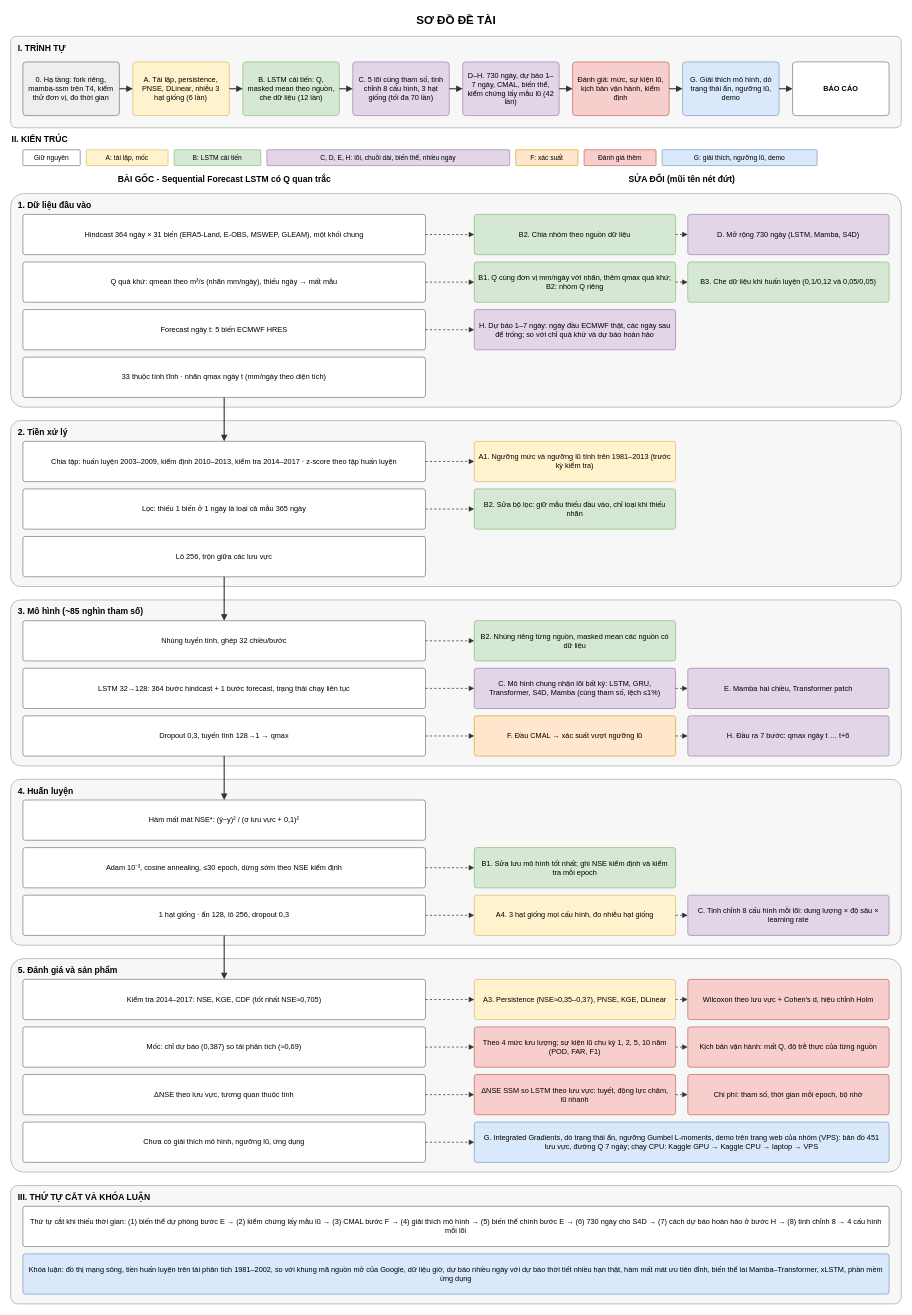
Above: Diagrams/ProjectDiagram.drawio in Ticasslo/TieuLuanChuyenNganh (draw.io), before the change. Source tidied: cells renumbered, new cells numbered last; positions are measured from the earlier drawing's top-left corner, leaving out a move shared by most shapes. Both pictures are drawn from the tidied source at 61%, with x=0, y=0 at pixel (10, 10).
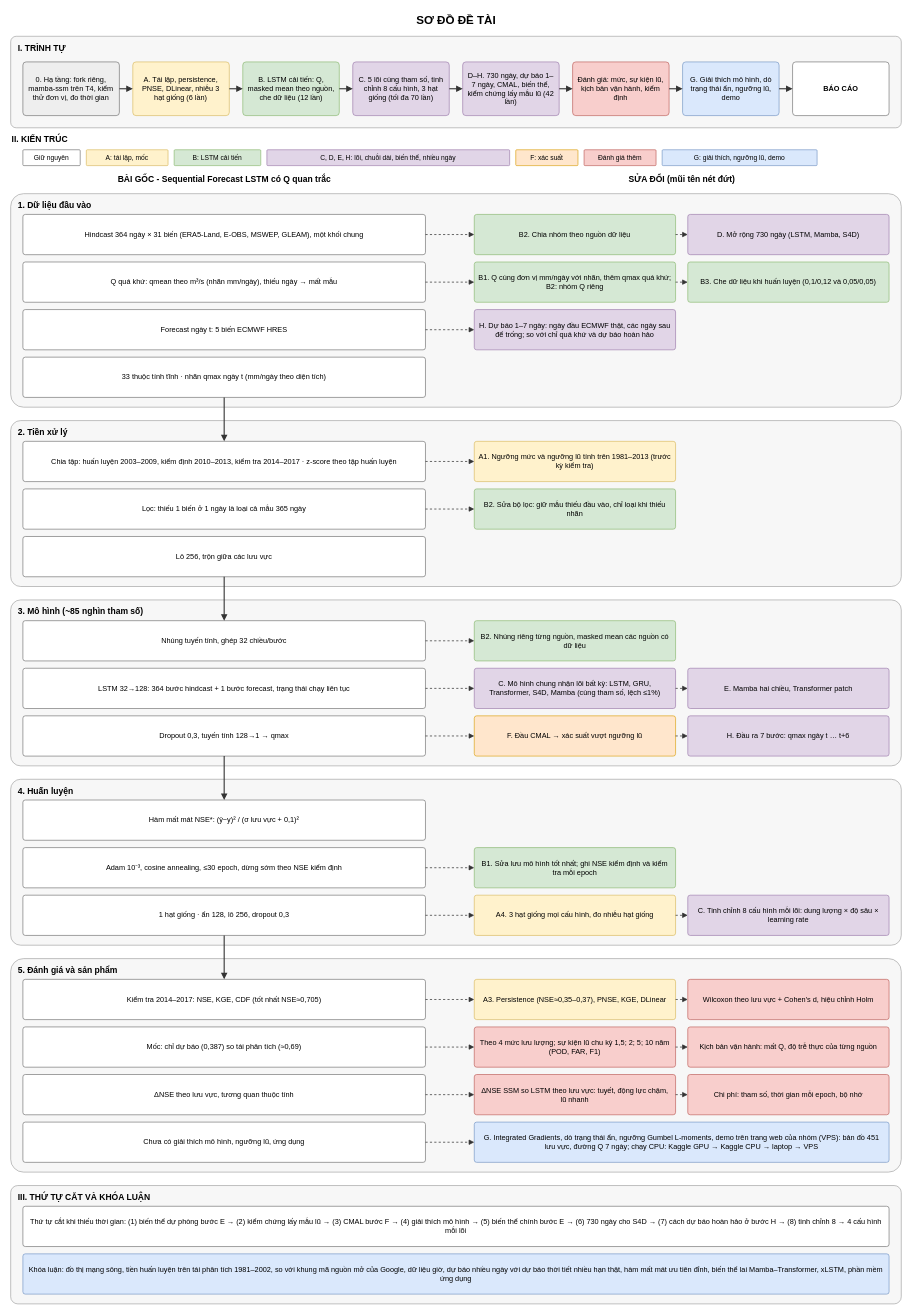
The same page after the edit.

Change to the diagram source:
```diff
@@
-    <mxCell id="87" value="Theo 4 mức lưu lượng; sự kiện lũ chu kỳ 1, 2, 5, 10 năm (POD, FAR, F1)" style="rounded=1;arcSize=6;whiteSpace=wrap;html=1;fillColor=#f8cecc;strokeColor=#b85450;fontSize=12;align=center;spacingLeft=6;spacingRight=6;" parent="1" vertex="1">
+    <mxCell id="87" value="Theo 4 mức lưu lượng; sự kiện lũ chu kỳ 1,5; 2; 5; 10 năm (POD, FAR, F1)" style="rounded=1;arcSize=6;whiteSpace=wrap;html=1;fillColor=#f8cecc;strokeColor=#b85450;fontSize=12;align=center;spacingLeft=6;spacingRight=6;" parent="1" vertex="1">
       <mxGeometry x="760" y="1666" width="330" height="66" as="geometry" />
     </mxCell>
```
